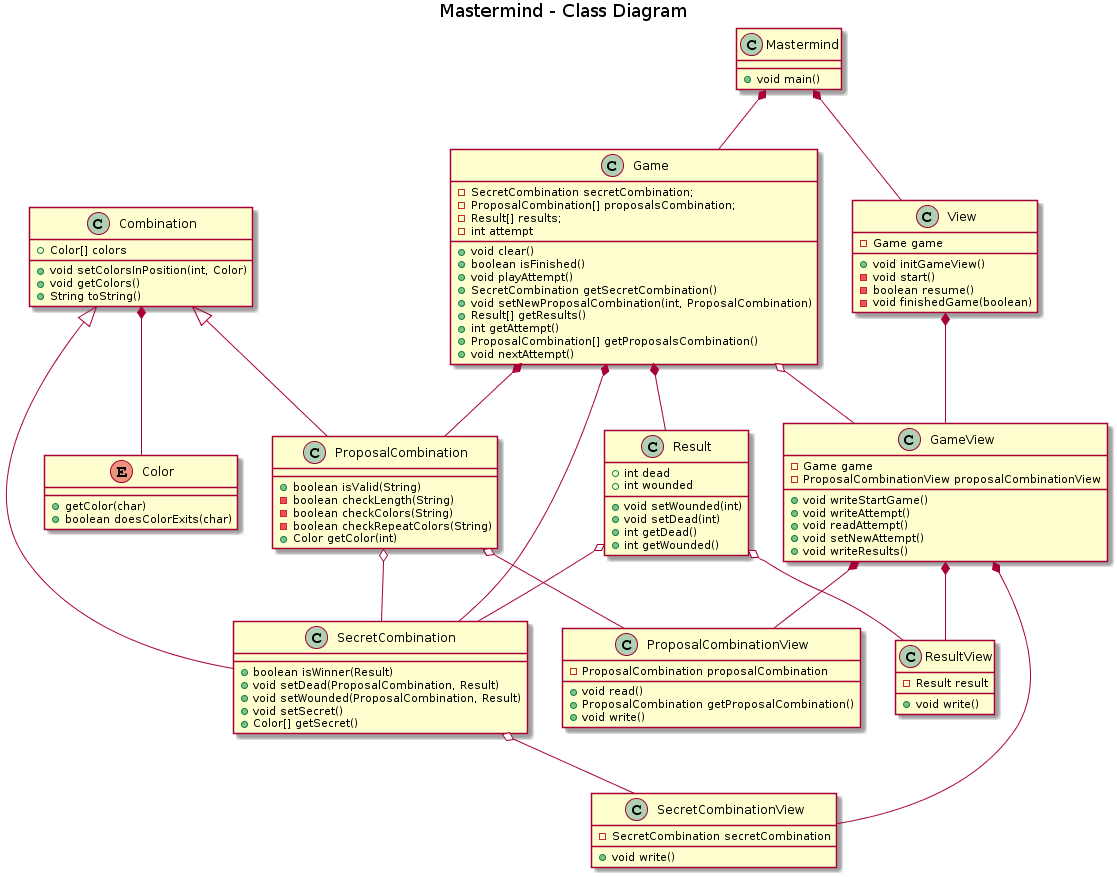
Before: diagramaClasesIteracion4.png, a diagram exported from PlantUML (laucv/mastermind). Its diagram source:
```plantuml
@startuml
title Mastermind - Class Diagram


class Mastermind {
    +void main()
}


class SecretCombination{
    +boolean isWinner(Result)
    +void setDead(ProposalCombination, Result)
    +void setWounded(ProposalCombination, Result)
    +void setSecret()
    +Color[] getSecret()
}

class ProposalCombination{
    +boolean isValid(String)
    -boolean checkLength(String)
    -boolean checkColors(String)
    -boolean checkRepeatColors(String)
    +Color getColor(int)
}

class Combination{
    +Color[] colors
    +void setColorsInPosition(int, Color)
    +void getColors()
    +String toString()
}

Enum Color{
    +getColor(char)
    + boolean doesColorExits(char)
}

class Result{
    +int dead
    +int wounded
    +void setWounded(int)
    +void setDead(int)
    +int getDead()
    +int getWounded()
}

class Game{
    -SecretCombination secretCombination;
    -ProposalCombination[] proposalsCombination;
    -Result[] results;
    -int attempt
    +void clear()
    +boolean isFinished()
    +void playAttempt()
    +SecretCombination getSecretCombination()
    +void setNewProposalCombination(int, ProposalCombination)
    +Result[] getResults()
    +int getAttempt()
    +ProposalCombination[] getProposalsCombination()
    +void nextAttempt()
}

class GameView{
    -Game game
    -ProposalCombinationView proposalCombinationView
    +void writeStartGame()
    +void writeAttempt()
    +void readAttempt()
    +void setNewAttempt()
    +void writeResults()
}

class ProposalCombinationView{
    -ProposalCombination proposalCombination
    +void read()
    +ProposalCombination getProposalCombination()
    +void write()
}

class ResultView{
    -Result result
    +void write()
}

class SecretCombinationView{
    -SecretCombination secretCombination
    +void write()
}

class View{
    -Game game
    +void initGameView()
    -void start()
    -boolean resume()
    -void finishedGame(boolean)
}

Mastermind *-- Game
Mastermind *-- View

View *-- GameView

Game *-- SecretCombination
Game *-- ProposalCombination
Game *-- Result

GameView *-- SecretCombinationView
GameView *-- ProposalCombinationView
GameView *-- ResultView

Combination *-- Color
Combination <|-- SecretCombination
Combination <|-- ProposalCombination

SecretCombination o-- SecretCombinationView
ProposalCombination o-- ProposalCombinationView
ProposalCombination o-- SecretCombination
Result o-- SecretCombination
Game o-- GameView
Result o-- ResultView
@enduml
```
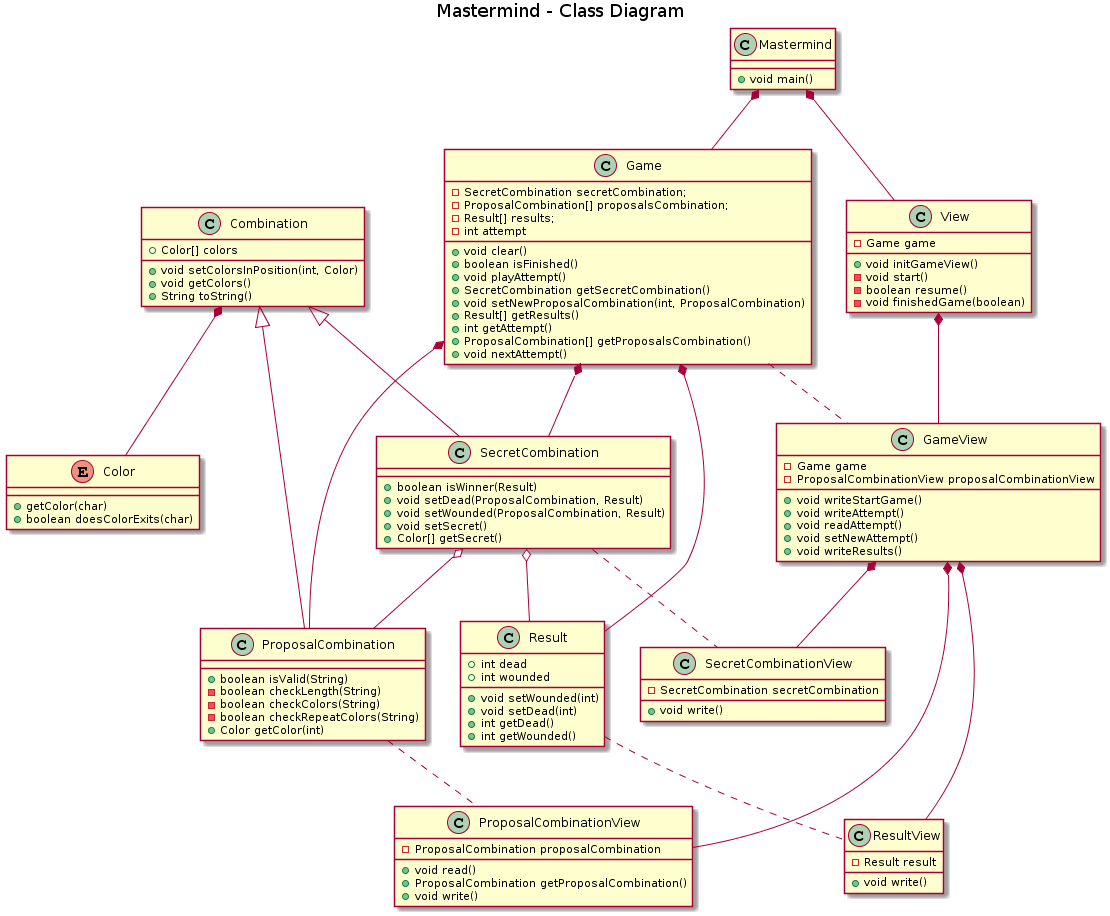
Later version of the same file.

Commit message:
MCV en GameView, ProposalCombinationView y View

What changed in the source:
```diff
@@ -112,10 +112,10 @@
 Combination <|-- SecretCombination
 Combination <|-- ProposalCombination
 
-SecretCombination o-- SecretCombinationView
-ProposalCombination o-- ProposalCombinationView
-ProposalCombination o-- SecretCombination
-Result o-- SecretCombination
-Game o-- GameView
-Result o-- ResultView
+SecretCombination .. SecretCombinationView
+ProposalCombination .. ProposalCombinationView
+SecretCombination o-- ProposalCombination
+SecretCombination o-- Result
+Game .. GameView
+Result .. ResultView
 @enduml
```
